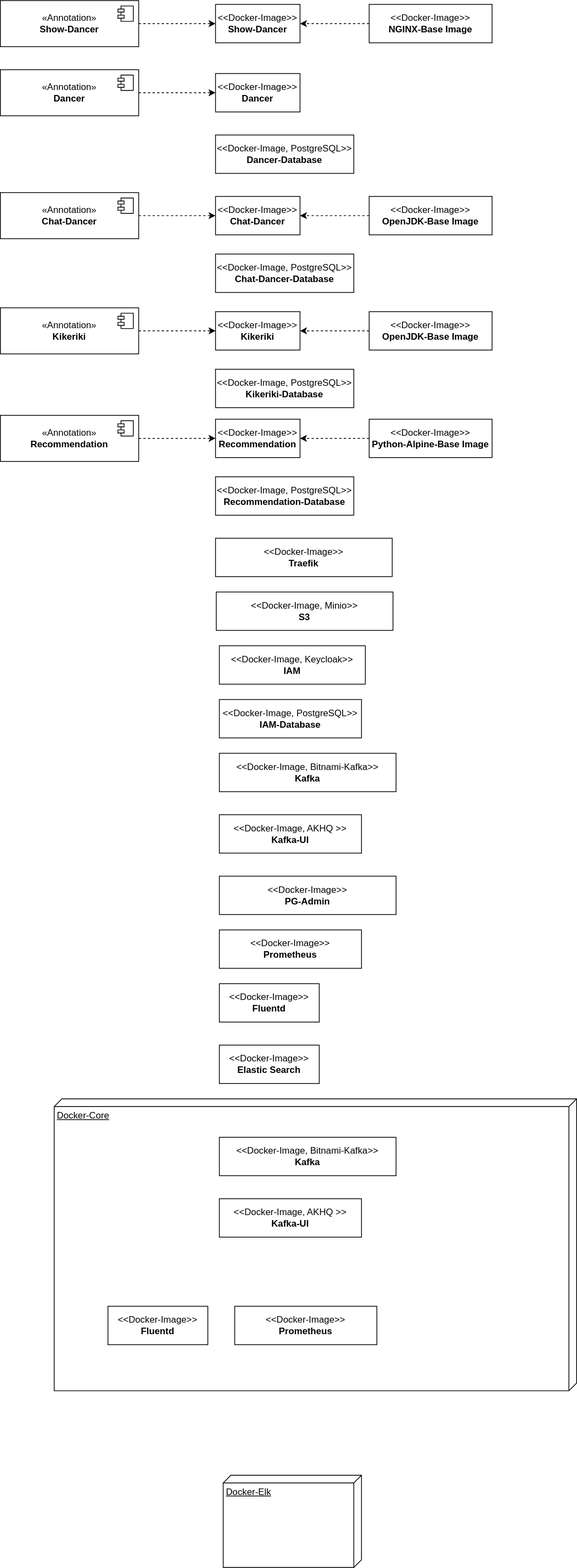
Before: src/main/jbake/content/documentation/arc42/images/deployment-components.drawio.svg, a diagram exported from draw.io (dancier/documentation). Source tidied: cells renumbered, new cells last; positions are measured from the earlier drawing's top-left corner, leaving out a move shared by most shapes.
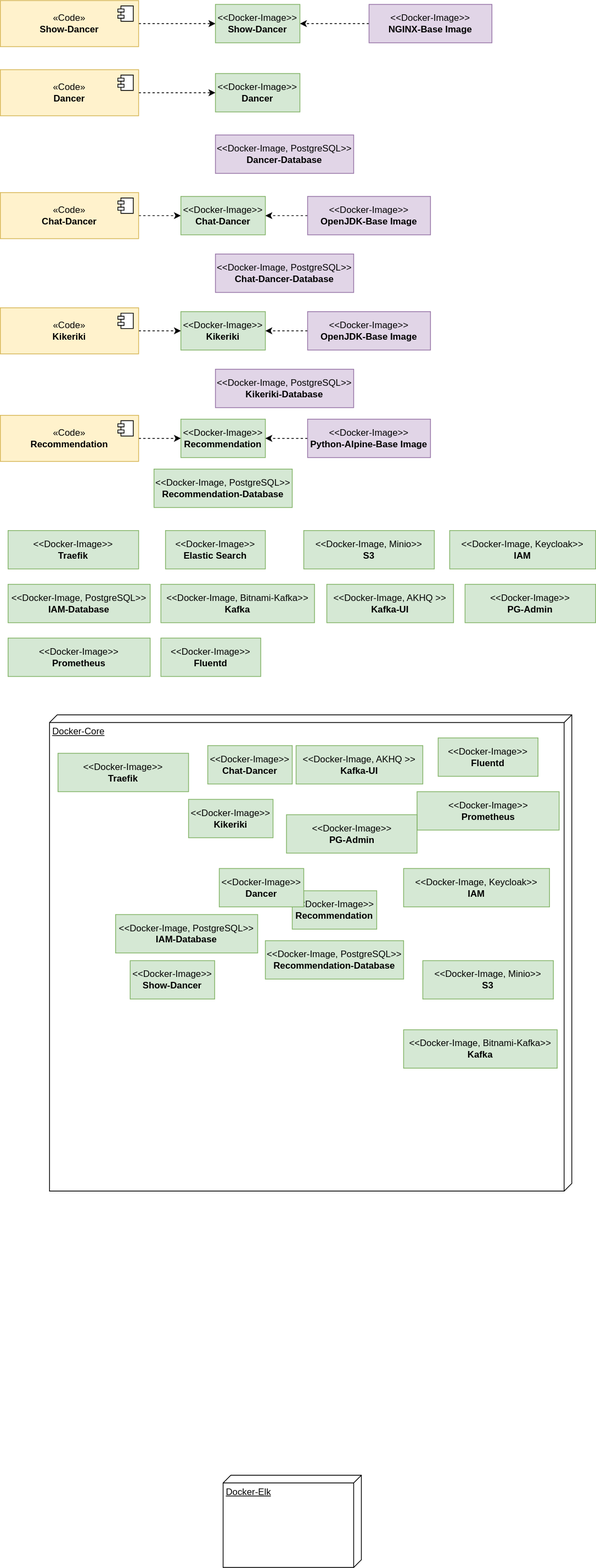
Above is the later version.

Change to the diagram source:
```diff
@@ -4,2 +4,5 @@
     <mxCell id="1" parent="0" />
+    <mxCell id="44" value="Docker-Core" style="verticalAlign=top;align=left;spacingTop=8;spacingLeft=2;spacingRight=12;shape=cube;size=10;direction=south;fontStyle=4;html=1;whiteSpace=wrap;" parent="1" vertex="1">
+      <mxGeometry x="64" y="930" width="680" height="620" as="geometry" />
+    </mxCell>
     <mxCell id="2" style="edgeStyle=orthogonalEdgeStyle;rounded=0;jettySize=auto;html=1;entryX=0;entryY=0.5;entryDx=0;entryDy=0;dashed=1;" parent="1" edge="1" source="3" target="5">
@@ -7,3 +10,3 @@
     </mxCell>
-    <mxCell id="3" value="«Annotation»&lt;br&gt;&lt;b&gt;Show-Dancer&lt;/b&gt;" style="html=1;whiteSpace=wrap;" parent="1" vertex="1">
+    <mxCell id="3" value="«Code»&lt;br&gt;&lt;b&gt;Show-Dancer&lt;/b&gt;" style="html=1;whiteSpace=wrap;fillColor=#fff2cc;strokeColor=#d6b656;" parent="1" vertex="1">
       <mxGeometry width="180" height="60" as="geometry" />
@@ -15,3 +18,3 @@
     </mxCell>
-    <mxCell id="5" value="&amp;lt;&amp;lt;Docker-Image&amp;gt;&amp;gt;&lt;br&gt;&lt;b&gt;Show-Dancer&lt;/b&gt;" style="html=1;whiteSpace=wrap;" parent="1" vertex="1">
+    <mxCell id="5" value="&amp;lt;&amp;lt;Docker-Image&amp;gt;&amp;gt;&lt;br&gt;&lt;b&gt;Show-Dancer&lt;/b&gt;" style="html=1;whiteSpace=wrap;fillColor=#d5e8d4;strokeColor=#82b366;" parent="1" vertex="1">
       <mxGeometry x="280" y="5" width="110" height="50" as="geometry" />
@@ -21,6 +24,6 @@
     </mxCell>
-    <mxCell id="7" value="&amp;lt;&amp;lt;Docker-Image&amp;gt;&amp;gt;&lt;br&gt;&lt;b&gt;NGINX-Base Image&lt;/b&gt;" style="html=1;whiteSpace=wrap;" parent="1" vertex="1">
+    <mxCell id="7" value="&amp;lt;&amp;lt;Docker-Image&amp;gt;&amp;gt;&lt;br&gt;&lt;b&gt;NGINX-Base Image&lt;/b&gt;" style="html=1;whiteSpace=wrap;fillColor=#e1d5e7;strokeColor=#9673a6;" parent="1" vertex="1">
       <mxGeometry x="480" y="5" width="160" height="50" as="geometry" />
     </mxCell>
-    <mxCell id="8" value="&amp;lt;&amp;lt;Docker-Image&amp;gt;&amp;gt;&lt;br&gt;&lt;b&gt;Dancer&lt;/b&gt;" style="html=1;whiteSpace=wrap;" parent="1" vertex="1">
+    <mxCell id="8" value="&amp;lt;&amp;lt;Docker-Image&amp;gt;&amp;gt;&lt;br&gt;&lt;b&gt;Dancer&lt;/b&gt;" style="html=1;whiteSpace=wrap;fillColor=#d5e8d4;strokeColor=#82b366;" parent="1" vertex="1">
       <mxGeometry x="280" y="95" width="110" height="50" as="geometry" />
@@ -30,3 +33,3 @@
     </mxCell>
-    <mxCell id="10" value="«Annotation»&lt;br&gt;&lt;b&gt;Dancer&lt;/b&gt;" style="html=1;whiteSpace=wrap;" parent="1" vertex="1">
+    <mxCell id="10" value="«Code»&lt;br&gt;&lt;b&gt;Dancer&lt;/b&gt;" style="html=1;whiteSpace=wrap;fillColor=#fff2cc;strokeColor=#d6b656;" parent="1" vertex="1">
       <mxGeometry y="90" width="180" height="60" as="geometry" />
@@ -38,7 +41,7 @@
     </mxCell>
-    <mxCell id="12" value="&amp;lt;&amp;lt;Docker-Image, PostgreSQL&amp;gt;&amp;gt;&lt;br&gt;&lt;b&gt;Dancer-Database&lt;/b&gt;" style="html=1;whiteSpace=wrap;" parent="1" vertex="1">
+    <mxCell id="12" value="&amp;lt;&amp;lt;Docker-Image, PostgreSQL&amp;gt;&amp;gt;&lt;br&gt;&lt;b&gt;Dancer-Database&lt;/b&gt;" style="html=1;whiteSpace=wrap;fillColor=#e1d5e7;strokeColor=#9673a6;" parent="1" vertex="1">
       <mxGeometry x="280" y="175" width="180" height="50" as="geometry" />
     </mxCell>
-    <mxCell id="13" value="&amp;lt;&amp;lt;Docker-Image&amp;gt;&amp;gt;&lt;br&gt;&lt;b&gt;Chat-Dancer&lt;/b&gt;" style="html=1;whiteSpace=wrap;" parent="1" vertex="1">
-      <mxGeometry x="280" y="255" width="110" height="50" as="geometry" />
+    <mxCell id="13" value="&amp;lt;&amp;lt;Docker-Image&amp;gt;&amp;gt;&lt;br&gt;&lt;b&gt;Chat-Dancer&lt;/b&gt;" style="html=1;whiteSpace=wrap;fillColor=#d5e8d4;strokeColor=#82b366;" parent="1" vertex="1">
+      <mxGeometry x="235" y="255" width="110" height="50" as="geometry" />
     </mxCell>
@@ -47,3 +50,3 @@
     </mxCell>
-    <mxCell id="15" value="«Annotation»&lt;br&gt;&lt;b&gt;Chat-Dancer&lt;/b&gt;" style="html=1;whiteSpace=wrap;" parent="1" vertex="1">
+    <mxCell id="15" value="«Code»&lt;br&gt;&lt;b&gt;Chat-Dancer&lt;/b&gt;" style="html=1;whiteSpace=wrap;fillColor=#fff2cc;strokeColor=#d6b656;" parent="1" vertex="1">
       <mxGeometry y="250" width="180" height="60" as="geometry" />
@@ -58,25 +61,25 @@
     </mxCell>
-    <mxCell id="18" value="&amp;lt;&amp;lt;Docker-Image&amp;gt;&amp;gt;&lt;br&gt;&lt;b&gt;OpenJDK-Base Image&lt;/b&gt;" style="html=1;whiteSpace=wrap;" parent="1" vertex="1">
-      <mxGeometry x="480" y="255" width="160" height="50" as="geometry" />
+    <mxCell id="18" value="&amp;lt;&amp;lt;Docker-Image&amp;gt;&amp;gt;&lt;br&gt;&lt;b&gt;OpenJDK-Base Image&lt;/b&gt;" style="html=1;whiteSpace=wrap;fillColor=#e1d5e7;strokeColor=#9673a6;" parent="1" vertex="1">
+      <mxGeometry x="400" y="255" width="160" height="50" as="geometry" />
     </mxCell>
-    <mxCell id="19" value="&amp;lt;&amp;lt;Docker-Image, PostgreSQL&amp;gt;&amp;gt;&lt;br&gt;&lt;b&gt;Chat-Dancer-Database&lt;/b&gt;" style="html=1;whiteSpace=wrap;" parent="1" vertex="1">
+    <mxCell id="19" value="&amp;lt;&amp;lt;Docker-Image, PostgreSQL&amp;gt;&amp;gt;&lt;br&gt;&lt;b&gt;Chat-Dancer-Database&lt;/b&gt;" style="html=1;whiteSpace=wrap;fillColor=#e1d5e7;strokeColor=#9673a6;" parent="1" vertex="1">
       <mxGeometry x="280" y="330" width="180" height="50" as="geometry" />
     </mxCell>
-    <mxCell id="20" value="&amp;lt;&amp;lt;Docker-Image&amp;gt;&amp;gt;&lt;br&gt;&lt;b&gt;Fluentd&lt;/b&gt;" style="html=1;whiteSpace=wrap;" parent="1" vertex="1">
-      <mxGeometry x="285" y="1280" width="130" height="50" as="geometry" />
+    <mxCell id="20" value="&amp;lt;&amp;lt;Docker-Image&amp;gt;&amp;gt;&lt;br&gt;&lt;b&gt;Fluentd&lt;/b&gt;" style="html=1;whiteSpace=wrap;fillColor=#d5e8d4;strokeColor=#82b366;" parent="1" vertex="1">
+      <mxGeometry x="209" y="830" width="130" height="50" as="geometry" />
     </mxCell>
-    <mxCell id="21" value="&amp;lt;&amp;lt;Docker-Image, Keycloak&amp;gt;&amp;gt;&lt;br&gt;&lt;b&gt;IAM&lt;/b&gt;" style="html=1;whiteSpace=wrap;" parent="1" vertex="1">
-      <mxGeometry x="285" y="840" width="190" height="50" as="geometry" />
+    <mxCell id="21" value="&amp;lt;&amp;lt;Docker-Image, Keycloak&amp;gt;&amp;gt;&lt;br&gt;&lt;b&gt;IAM&lt;/b&gt;" style="html=1;whiteSpace=wrap;fillColor=#d5e8d4;strokeColor=#82b366;" parent="1" vertex="1">
+      <mxGeometry x="585" y="690" width="190" height="50" as="geometry" />
     </mxCell>
-    <mxCell id="22" value="&amp;lt;&amp;lt;Docker-Image, PostgreSQL&amp;gt;&amp;gt;&lt;br&gt;&lt;b&gt;IAM-Database&lt;/b&gt;" style="html=1;whiteSpace=wrap;" parent="1" vertex="1">
-      <mxGeometry x="285" y="910" width="185" height="50" as="geometry" />
+    <mxCell id="22" value="&amp;lt;&amp;lt;Docker-Image, PostgreSQL&amp;gt;&amp;gt;&lt;br&gt;&lt;b&gt;IAM-Database&lt;/b&gt;" style="html=1;whiteSpace=wrap;fillColor=#d5e8d4;strokeColor=#82b366;" parent="1" vertex="1">
+      <mxGeometry x="10" y="760" width="185" height="50" as="geometry" />
     </mxCell>
-    <mxCell id="23" value="&amp;lt;&amp;lt;Docker-Image, Bitnami-Kafka&amp;gt;&amp;gt;&lt;br&gt;&lt;b&gt;Kafka&lt;/b&gt;" style="html=1;whiteSpace=wrap;" parent="1" vertex="1">
-      <mxGeometry x="285" y="980" width="230" height="50" as="geometry" />
+    <mxCell id="23" value="&amp;lt;&amp;lt;Docker-Image, Bitnami-Kafka&amp;gt;&amp;gt;&lt;br&gt;&lt;b&gt;Kafka&lt;/b&gt;" style="html=1;whiteSpace=wrap;fillColor=#d5e8d4;strokeColor=#82b366;" parent="1" vertex="1">
+      <mxGeometry x="209" y="760" width="200" height="50" as="geometry" />
     </mxCell>
-    <mxCell id="24" value="&amp;lt;&amp;lt;Docker-Image, AKHQ &amp;gt;&amp;gt;&lt;br&gt;&lt;b&gt;Kafka-UI&lt;/b&gt;" style="html=1;whiteSpace=wrap;" parent="1" vertex="1">
-      <mxGeometry x="285" y="1060" width="185" height="50" as="geometry" />
+    <mxCell id="24" value="&amp;lt;&amp;lt;Docker-Image, AKHQ &amp;gt;&amp;gt;&lt;br&gt;&lt;b&gt;Kafka-UI&lt;/b&gt;" style="html=1;whiteSpace=wrap;fillColor=#d5e8d4;strokeColor=#82b366;" parent="1" vertex="1">
+      <mxGeometry x="425" y="760" width="165" height="50" as="geometry" />
     </mxCell>
-    <mxCell id="25" value="&amp;lt;&amp;lt;Docker-Image&amp;gt;&amp;gt;&lt;br&gt;&lt;b&gt;Kikeriki&lt;/b&gt;" style="html=1;whiteSpace=wrap;" parent="1" vertex="1">
-      <mxGeometry x="280" y="405" width="110" height="50" as="geometry" />
+    <mxCell id="25" value="&amp;lt;&amp;lt;Docker-Image&amp;gt;&amp;gt;&lt;br&gt;&lt;b&gt;Kikeriki&lt;/b&gt;" style="html=1;whiteSpace=wrap;fillColor=#d5e8d4;strokeColor=#82b366;" parent="1" vertex="1">
+      <mxGeometry x="235" y="405" width="110" height="50" as="geometry" />
     </mxCell>
@@ -85,3 +88,3 @@
     </mxCell>
-    <mxCell id="27" value="«Annotation»&lt;br&gt;&lt;b&gt;Kikeriki&lt;/b&gt;" style="html=1;whiteSpace=wrap;" parent="1" vertex="1">
+    <mxCell id="27" value="«Code»&lt;br&gt;&lt;b&gt;Kikeriki&lt;/b&gt;" style="html=1;whiteSpace=wrap;fillColor=#fff2cc;strokeColor=#d6b656;" parent="1" vertex="1">
       <mxGeometry y="400" width="180" height="60" as="geometry" />
@@ -96,16 +99,16 @@
     </mxCell>
-    <mxCell id="30" value="&amp;lt;&amp;lt;Docker-Image&amp;gt;&amp;gt;&lt;br&gt;&lt;b&gt;OpenJDK-Base Image&lt;/b&gt;" style="html=1;whiteSpace=wrap;" parent="1" vertex="1">
-      <mxGeometry x="480" y="405" width="160" height="50" as="geometry" />
+    <mxCell id="30" value="&amp;lt;&amp;lt;Docker-Image&amp;gt;&amp;gt;&lt;br&gt;&lt;b&gt;OpenJDK-Base Image&lt;/b&gt;" style="html=1;whiteSpace=wrap;fillColor=#e1d5e7;strokeColor=#9673a6;" parent="1" vertex="1">
+      <mxGeometry x="400" y="405" width="160" height="50" as="geometry" />
     </mxCell>
-    <mxCell id="31" value="&amp;lt;&amp;lt;Docker-Image, PostgreSQL&amp;gt;&amp;gt;&lt;br&gt;&lt;b&gt;Kikeriki-Database&lt;/b&gt;" style="html=1;whiteSpace=wrap;" parent="1" vertex="1">
+    <mxCell id="31" value="&amp;lt;&amp;lt;Docker-Image, PostgreSQL&amp;gt;&amp;gt;&lt;br&gt;&lt;b&gt;Kikeriki-Database&lt;/b&gt;" style="html=1;whiteSpace=wrap;fillColor=#e1d5e7;strokeColor=#9673a6;" parent="1" vertex="1">
       <mxGeometry x="280" y="480" width="180" height="50" as="geometry" />
     </mxCell>
-    <mxCell id="32" value="&amp;lt;&amp;lt;Docker-Image&amp;gt;&amp;gt;&lt;br&gt;&lt;b&gt;PG-Admin&lt;/b&gt;" style="html=1;whiteSpace=wrap;" parent="1" vertex="1">
-      <mxGeometry x="285" y="1140" width="230" height="50" as="geometry" />
+    <mxCell id="32" value="&amp;lt;&amp;lt;Docker-Image&amp;gt;&amp;gt;&lt;br&gt;&lt;b&gt;PG-Admin&lt;/b&gt;" style="html=1;whiteSpace=wrap;fillColor=#d5e8d4;strokeColor=#82b366;" parent="1" vertex="1">
+      <mxGeometry x="605" y="760" width="170" height="50" as="geometry" />
     </mxCell>
-    <mxCell id="33" value="&amp;lt;&amp;lt;Docker-Image&amp;gt;&amp;gt;&lt;br&gt;&lt;b&gt;Prometheus&lt;/b&gt;" style="html=1;whiteSpace=wrap;" parent="1" vertex="1">
-      <mxGeometry x="285" y="1210" width="185" height="50" as="geometry" />
+    <mxCell id="33" value="&amp;lt;&amp;lt;Docker-Image&amp;gt;&amp;gt;&lt;br&gt;&lt;b&gt;Prometheus&lt;/b&gt;" style="html=1;whiteSpace=wrap;fillColor=#d5e8d4;strokeColor=#82b366;" parent="1" vertex="1">
+      <mxGeometry x="10" y="830" width="185" height="50" as="geometry" />
     </mxCell>
-    <mxCell id="34" value="&amp;lt;&amp;lt;Docker-Image&amp;gt;&amp;gt;&lt;br&gt;&lt;b&gt;Recommendation&lt;/b&gt;" style="html=1;whiteSpace=wrap;" parent="1" vertex="1">
-      <mxGeometry x="280" y="545" width="110" height="50" as="geometry" />
+    <mxCell id="34" value="&amp;lt;&amp;lt;Docker-Image&amp;gt;&amp;gt;&lt;br&gt;&lt;b&gt;Recommendation&lt;/b&gt;" style="html=1;whiteSpace=wrap;fillColor=#d5e8d4;strokeColor=#82b366;" parent="1" vertex="1">
+      <mxGeometry x="235" y="545" width="110" height="50" as="geometry" />
     </mxCell>
@@ -114,3 +117,3 @@
     </mxCell>
-    <mxCell id="36" value="«Annotation»&lt;br&gt;&lt;b&gt;Recommendation&lt;/b&gt;" style="html=1;whiteSpace=wrap;" parent="1" vertex="1">
+    <mxCell id="36" value="«Code»&lt;br&gt;&lt;b&gt;Recommendation&lt;/b&gt;" style="html=1;whiteSpace=wrap;fillColor=#fff2cc;strokeColor=#d6b656;" parent="1" vertex="1">
       <mxGeometry y="540" width="180" height="60" as="geometry" />
@@ -125,20 +128,17 @@
     </mxCell>
-    <mxCell id="39" value="&amp;lt;&amp;lt;Docker-Image&amp;gt;&amp;gt;&lt;br&gt;&lt;b&gt;Python-Alpine-Base Image&lt;/b&gt;" style="html=1;whiteSpace=wrap;" parent="1" vertex="1">
-      <mxGeometry x="480" y="545" width="160" height="50" as="geometry" />
+    <mxCell id="39" value="&amp;lt;&amp;lt;Docker-Image&amp;gt;&amp;gt;&lt;br&gt;&lt;b&gt;Python-Alpine-Base Image&lt;/b&gt;" style="html=1;whiteSpace=wrap;fillColor=#e1d5e7;strokeColor=#9673a6;" parent="1" vertex="1">
+      <mxGeometry x="400" y="545" width="160" height="50" as="geometry" />
     </mxCell>
-    <mxCell id="40" value="&amp;lt;&amp;lt;Docker-Image, PostgreSQL&amp;gt;&amp;gt;&lt;br&gt;&lt;b&gt;Recommendation-Database&lt;/b&gt;" style="html=1;whiteSpace=wrap;" parent="1" vertex="1">
-      <mxGeometry x="280" y="620" width="180" height="50" as="geometry" />
+    <mxCell id="40" value="&amp;lt;&amp;lt;Docker-Image, PostgreSQL&amp;gt;&amp;gt;&lt;br&gt;&lt;b&gt;Recommendation-Database&lt;/b&gt;" style="html=1;whiteSpace=wrap;fillColor=#d5e8d4;strokeColor=#82b366;" parent="1" vertex="1">
+      <mxGeometry x="200" y="610" width="180" height="50" as="geometry" />
     </mxCell>
-    <mxCell id="41" value="&amp;lt;&amp;lt;Docker-Image, Minio&amp;gt;&amp;gt;&lt;br&gt;&lt;b&gt;S3&lt;/b&gt;" style="html=1;whiteSpace=wrap;" parent="1" vertex="1">
-      <mxGeometry x="281" y="770" width="230" height="50" as="geometry" />
+    <mxCell id="41" value="&amp;lt;&amp;lt;Docker-Image, Minio&amp;gt;&amp;gt;&lt;br&gt;&lt;b&gt;S3&lt;/b&gt;" style="html=1;whiteSpace=wrap;fillColor=#d5e8d4;strokeColor=#82b366;" parent="1" vertex="1">
+      <mxGeometry x="550" y="1250" width="170" height="50" as="geometry" />
     </mxCell>
-    <mxCell id="42" value="&amp;lt;&amp;lt;Docker-Image&amp;gt;&amp;gt;&lt;br&gt;&lt;b&gt;Traefik&lt;/b&gt;" style="html=1;whiteSpace=wrap;" parent="1" vertex="1">
-      <mxGeometry x="280" y="700" width="230" height="50" as="geometry" />
+    <mxCell id="42" value="&amp;lt;&amp;lt;Docker-Image&amp;gt;&amp;gt;&lt;br&gt;&lt;b&gt;Traefik&lt;/b&gt;" style="html=1;whiteSpace=wrap;fillColor=#d5e8d4;strokeColor=#82b366;" parent="1" vertex="1">
+      <mxGeometry x="75" y="980" width="170" height="50" as="geometry" />
     </mxCell>
-    <mxCell id="43" value="&amp;lt;&amp;lt;Docker-Image&amp;gt;&amp;gt;&lt;br&gt;&lt;b&gt;Elastic Search&lt;/b&gt;" style="html=1;whiteSpace=wrap;" parent="1" vertex="1">
-      <mxGeometry x="285" y="1360" width="130" height="50" as="geometry" />
+    <mxCell id="43" value="&amp;lt;&amp;lt;Docker-Image&amp;gt;&amp;gt;&lt;br&gt;&lt;b&gt;Elastic Search&lt;/b&gt;" style="html=1;whiteSpace=wrap;fillColor=#d5e8d4;strokeColor=#82b366;" parent="1" vertex="1">
+      <mxGeometry x="215" y="690" width="130" height="50" as="geometry" />
     </mxCell>
-    <mxCell id="44" value="Docker-Core" style="verticalAlign=top;align=left;spacingTop=8;spacingLeft=2;spacingRight=12;shape=cube;size=10;direction=south;fontStyle=4;html=1;whiteSpace=wrap;" parent="1" vertex="1">
-      <mxGeometry x="70" y="1430" width="680" height="380" as="geometry" />
-    </mxCell>
     <mxCell id="45" value="Docker-Elk" style="verticalAlign=top;align=left;spacingTop=8;spacingLeft=2;spacingRight=12;shape=cube;size=10;direction=south;fontStyle=4;html=1;whiteSpace=wrap;" parent="1" vertex="1">
@@ -146,14 +146,47 @@
     </mxCell>
-    <mxCell id="46" value="&amp;lt;&amp;lt;Docker-Image&amp;gt;&amp;gt;&lt;br&gt;&lt;b&gt;Fluentd&lt;/b&gt;" style="html=1;whiteSpace=wrap;" parent="1" vertex="1">
-      <mxGeometry x="140" y="1700" width="130" height="50" as="geometry" />
+    <mxCell id="46" value="&amp;lt;&amp;lt;Docker-Image&amp;gt;&amp;gt;&lt;br&gt;&lt;b&gt;Fluentd&lt;/b&gt;" style="html=1;whiteSpace=wrap;fillColor=#d5e8d4;strokeColor=#82b366;" parent="1" vertex="1">
+      <mxGeometry x="570" y="960" width="130" height="50" as="geometry" />
     </mxCell>
-    <mxCell id="47" value="&amp;lt;&amp;lt;Docker-Image&amp;gt;&amp;gt;&lt;br&gt;&lt;b&gt;Prometheus&lt;/b&gt;" style="html=1;whiteSpace=wrap;" parent="1" vertex="1">
-      <mxGeometry x="305" y="1700" width="185" height="50" as="geometry" />
+    <mxCell id="47" value="&amp;lt;&amp;lt;Docker-Image&amp;gt;&amp;gt;&lt;br&gt;&lt;b&gt;Prometheus&lt;/b&gt;" style="html=1;whiteSpace=wrap;fillColor=#d5e8d4;strokeColor=#82b366;" parent="1" vertex="1">
+      <mxGeometry x="542.5" y="1030" width="185" height="50" as="geometry" />
     </mxCell>
+    <mxCell id="50" value="&amp;lt;&amp;lt;Docker-Image&amp;gt;&amp;gt;&lt;br&gt;&lt;b&gt;Traefik&lt;/b&gt;" style="html=1;whiteSpace=wrap;fillColor=#d5e8d4;strokeColor=#82b366;" parent="1" vertex="1">
+      <mxGeometry x="10" y="690" width="170" height="50" as="geometry" />
+    </mxCell>
+    <mxCell id="51" value="&amp;lt;&amp;lt;Docker-Image, Minio&amp;gt;&amp;gt;&lt;br&gt;&lt;b&gt;S3&lt;/b&gt;" style="html=1;whiteSpace=wrap;fillColor=#d5e8d4;strokeColor=#82b366;" parent="1" vertex="1">
+      <mxGeometry x="395" y="690" width="170" height="50" as="geometry" />
+    </mxCell>
+    <mxCell id="52" value="&amp;lt;&amp;lt;Docker-Image&amp;gt;&amp;gt;&lt;br&gt;&lt;b&gt;Recommendation&lt;/b&gt;" style="html=1;whiteSpace=wrap;fillColor=#d5e8d4;strokeColor=#82b366;" parent="1" vertex="1">
+      <mxGeometry x="380" y="1159" width="110" height="50" as="geometry" />
+    </mxCell>
+    <mxCell id="53" value="&amp;lt;&amp;lt;Docker-Image, PostgreSQL&amp;gt;&amp;gt;&lt;br&gt;&lt;b&gt;Recommendation-Database&lt;/b&gt;" style="html=1;whiteSpace=wrap;fillColor=#d5e8d4;strokeColor=#82b366;" parent="1" vertex="1">
+      <mxGeometry x="345" y="1224" width="180" height="50" as="geometry" />
+    </mxCell>
+    <mxCell id="54" value="&amp;lt;&amp;lt;Docker-Image, Keycloak&amp;gt;&amp;gt;&lt;br&gt;&lt;b&gt;IAM&lt;/b&gt;" style="html=1;whiteSpace=wrap;fillColor=#d5e8d4;strokeColor=#82b366;" parent="1" vertex="1">
+      <mxGeometry x="525" y="1130" width="190" height="50" as="geometry" />
+    </mxCell>
+    <mxCell id="55" value="&amp;lt;&amp;lt;Docker-Image&amp;gt;&amp;gt;&lt;br&gt;&lt;b&gt;PG-Admin&lt;/b&gt;" style="html=1;whiteSpace=wrap;fillColor=#d5e8d4;strokeColor=#82b366;" parent="1" vertex="1">
+      <mxGeometry x="372.5" y="1060" width="170" height="50" as="geometry" />
+    </mxCell>
-    <mxCell id="48" value="&amp;lt;&amp;lt;Docker-Image, Bitnami-Kafka&amp;gt;&amp;gt;&lt;br&gt;&lt;b&gt;Kafka&lt;/b&gt;" style="html=1;whiteSpace=wrap;" parent="1" vertex="1">
-      <mxGeometry x="285" y="1480" width="230" height="50" as="geometry" />
+    <mxCell id="48" value="&amp;lt;&amp;lt;Docker-Image, Bitnami-Kafka&amp;gt;&amp;gt;&lt;br&gt;&lt;b&gt;Kafka&lt;/b&gt;" style="html=1;whiteSpace=wrap;fillColor=#d5e8d4;strokeColor=#82b366;" parent="1" vertex="1">
+      <mxGeometry x="525" y="1340" width="200" height="50" as="geometry" />
     </mxCell>
-    <mxCell id="49" value="&amp;lt;&amp;lt;Docker-Image, AKHQ &amp;gt;&amp;gt;&lt;br&gt;&lt;b&gt;Kafka-UI&lt;/b&gt;" style="html=1;whiteSpace=wrap;" parent="1" vertex="1">
-      <mxGeometry x="285" y="1560" width="185" height="50" as="geometry" />
+    <mxCell id="49" value="&amp;lt;&amp;lt;Docker-Image, AKHQ &amp;gt;&amp;gt;&lt;br&gt;&lt;b&gt;Kafka-UI&lt;/b&gt;" style="html=1;whiteSpace=wrap;fillColor=#d5e8d4;strokeColor=#82b366;" parent="1" vertex="1">
+      <mxGeometry x="385" y="970" width="165" height="50" as="geometry" />
     </mxCell>
+    <mxCell id="56" value="&amp;lt;&amp;lt;Docker-Image, PostgreSQL&amp;gt;&amp;gt;&lt;br&gt;&lt;b&gt;IAM-Database&lt;/b&gt;" style="html=1;whiteSpace=wrap;fillColor=#d5e8d4;strokeColor=#82b366;" parent="1" vertex="1">
+      <mxGeometry x="150" y="1190" width="185" height="50" as="geometry" />
+    </mxCell>
+    <mxCell id="57" value="&amp;lt;&amp;lt;Docker-Image&amp;gt;&amp;gt;&lt;br&gt;&lt;b&gt;Kikeriki&lt;/b&gt;" style="html=1;whiteSpace=wrap;fillColor=#d5e8d4;strokeColor=#82b366;" parent="1" vertex="1">
+      <mxGeometry x="245" y="1040" width="110" height="50" as="geometry" />
+    </mxCell>
+    <mxCell id="58" value="&amp;lt;&amp;lt;Docker-Image&amp;gt;&amp;gt;&lt;br&gt;&lt;b&gt;Chat-Dancer&lt;/b&gt;" style="html=1;whiteSpace=wrap;fillColor=#d5e8d4;strokeColor=#82b366;" parent="1" vertex="1">
+      <mxGeometry x="270" y="970" width="110" height="50" as="geometry" />
+    </mxCell>
+    <mxCell id="59" value="&amp;lt;&amp;lt;Docker-Image&amp;gt;&amp;gt;&lt;br&gt;&lt;b&gt;Dancer&lt;/b&gt;" style="html=1;whiteSpace=wrap;fillColor=#d5e8d4;strokeColor=#82b366;" parent="1" vertex="1">
+      <mxGeometry x="285" y="1130" width="110" height="50" as="geometry" />
+    </mxCell>
+    <mxCell id="60" value="&amp;lt;&amp;lt;Docker-Image&amp;gt;&amp;gt;&lt;br&gt;&lt;b&gt;Show-Dancer&lt;/b&gt;" style="html=1;whiteSpace=wrap;fillColor=#d5e8d4;strokeColor=#82b366;" parent="1" vertex="1">
+      <mxGeometry x="169" y="1250" width="110" height="50" as="geometry" />
+    </mxCell>
   </root>
```
